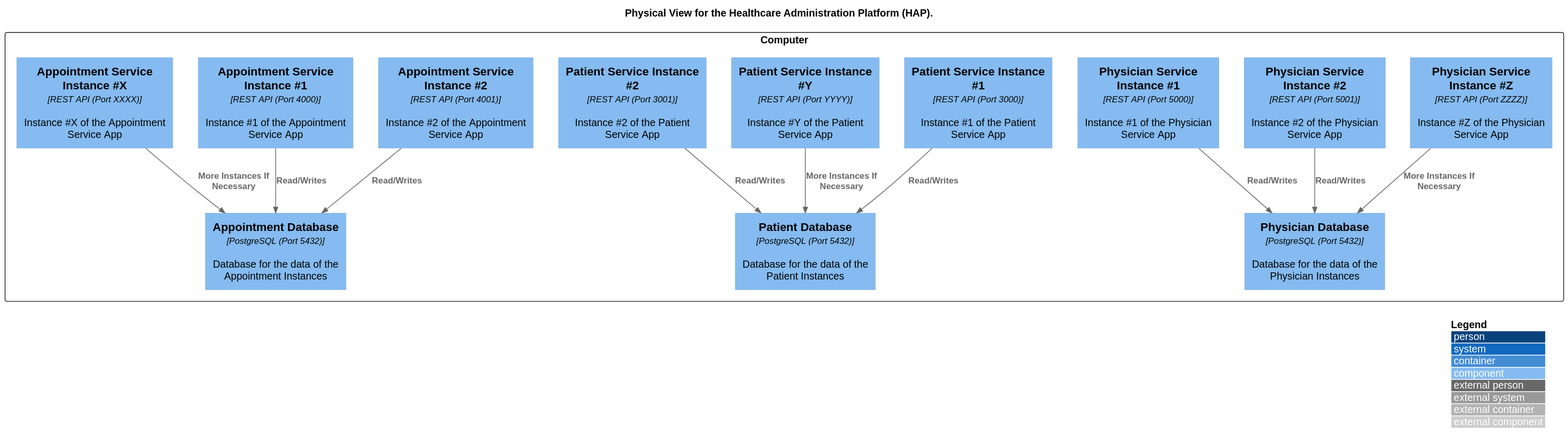
Before: docs/C4+1/svg/PhysicalView.svg, a diagram exported from PlantUML (vitorbarbosa1221412/SIDIS-3DB-G02).
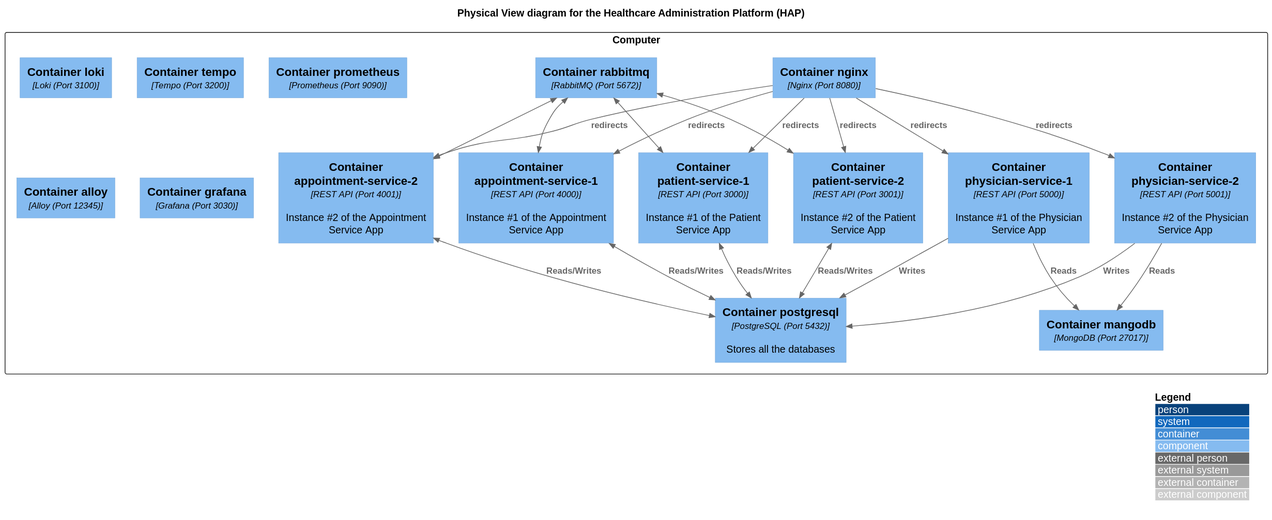
After the commit.

Change to the diagram source:
```diff
@@ -1,33 +1,46 @@
 @startuml
 !include https://raw.githubusercontent.com/plantuml-stdlib/C4-PlantUML/master/C4_Component.puml
+LAYOUT_WITH_LEGEND()
 
-LAYOUT_WITH_LEGEND()
-title Physical View for the Healthcare Administration Platform (HAP).
+title Physical View diagram for the Healthcare Administration Platform (HAP)
 
 rectangle "Computer" as computer {
-    Component(appSer1, "Appointment Service Instance #1", "REST API (Port 4000)", "Instance #1 of the Appointment Service App")
-    Component(appSer2, "Appointment Service Instance #2", "REST API (Port 4001)", "Instance #2 of the Appointment Service App")
-    Component(paSer1, "Patient Service Instance #1", "REST API (Port 3000)", "Instance #1 of the Patient Service App")
-    Component(paSer2, "Patient Service Instance #2", "REST API (Port 3001)", "Instance #2 of the Patient Service App")
-    Component(phSer1, "Physician Service Instance #1", "REST API (Port 5000)", "Instance #1 of the Physician Service App")
-    Component(phSer2, "Physician Service Instance #2", "REST API (Port 5001)", "Instance #2 of the Physician Service App")
-    Component(appSerX, "Appointment Service Instance #X", "REST API (Port XXXX)", "Instance #X of the Appointment Service App")
-    Component(paSerY, "Patient Service Instance #Y", "REST API (Port YYYY)", "Instance #Y of the Patient Service App")
-    Component(phSerZ, "Physician Service Instance #Z", "REST API (Port ZZZZ)", "Instance #Z of the Physician Service App")
+    Component(appSer1, "Container appointment-service-1", "REST API (Port 4000)", "Instance #1 of the Appointment Service App")
+    Component(appSer2, "Container appointment-service-2", "REST API (Port 4001)", "Instance #2 of the Appointment Service App")
+    Component(paSer1, "Container patient-service-1", "REST API (Port 3000)", "Instance #1 of the Patient Service App")
+    Component(paSer2, "Container patient-service-2", "REST API (Port 3001)", "Instance #2 of the Patient Service App")
+    Component(phSer1, "Container physician-service-1", "REST API (Port 5000)", "Instance #1 of the Physician Service App")
+    Component(phSer2, "Container physician-service-2", "REST API (Port 5001)", "Instance #2 of the Physician Service App")
+    Component(rabbitmq, "Container rabbitmq", "RabbitMQ (Port 5672)", "")
+    Component(postgresql, "Container postgresql", "PostgreSQL (Port 5432)", "Stores all the databases")
+    Component(mangodb, "Container mangodb", "MongoDB (Port 27017)", "")
+    Component(nginx, "Container nginx", "Nginx (Port 8080)", "")
+    Component(loki, "Container loki", "Loki (Port 3100)", "")
+    Component(tempo, "Container tempo", "Tempo (Port 3200)", "")
+    Component(prometheus, "Container prometheus", "Prometheus (Port 9090)", "")
+    Component(alloy, "Container alloy", "Alloy (Port 12345)", "")
+    Component(grafana, "Container grafana", "Grafana (Port 3030)", "")
 
+    BiRel(appSer1, postgresql, "Reads/Writes")
+    BiRel(appSer2, postgresql, "Reads/Writes")
+    BiRel(paSer1, postgresql, "Reads/Writes")
+    BiRel(paSer2, postgresql, "Reads/Writes")
+    Rel(phSer1, postgresql, "Writes")
+    Rel(phSer2, postgresql, "Writes")
 
-    Component(dbApp, "Appointment Database", "PostgreSQL (Port 5432)", "Database for the data of the Appointment Instances")
-    Component(dbPa, "Patient Database", "PostgreSQL (Port 5432)", "Database for the data of the Patient Instances")
-    Component(dbPh, "Physician Database", "PostgreSQL (Port 5432)", "Database for the data of the Physician Instances")
+    Rel(phSer1, mangodb, "Reads")
+    Rel(phSer2, mangodb, "Reads")
 
-    Rel(appSer1, dbApp, "Read/Writes")
-    Rel(appSer2, dbApp, "Read/Writes")
-    Rel(appSerX, dbApp, "More Instances If Necessary")
-    Rel(paSer1, dbPa, "Read/Writes")
-    Rel(paSer2, dbPa, "Read/Writes")
-    Rel(paSerY, dbPa, "More Instances If Necessary")
-    Rel(phSer1, dbPh, "Read/Writes")
-    Rel(phSer2, dbPh, "Read/Writes")
-    Rel(phSerZ, dbPh, "More Instances If Necessary")
+    Rel(nginx, appSer1, "redirects")
+    Rel(nginx, appSer2, "redirects")
+    Rel(nginx, paSer1, "redirects")
+    Rel(nginx, paSer2, "redirects")
+    Rel(nginx, phSer1, "redirects")
+    Rel(nginx, phSer2, "redirects")
+
+    BiRel(rabbitmq, appSer1, "")
+    BiRel(rabbitmq, appSer2, "")
+    BiRel(rabbitmq, paSer1, "")
+    BiRel(rabbitmq, paSer2, "")
 }
 @enduml
```
